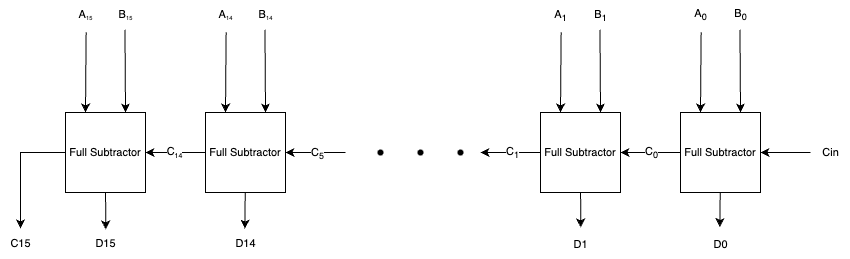
rorollman/ComputerArchitecture keeps this draw.io diagram as Project/Extra Credit/subtractorflow16b.png. Above is the earlier version. Source tidied: cells renumbered, new cells last; positions are measured from the earlier drawing's top-left corner, leaving out a move shared by most shapes.
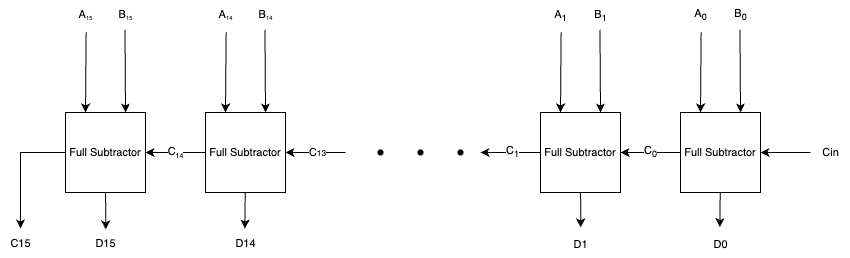
The same file after the commit.

Change to the diagram source:
```diff
@@ -92,7 +92,7 @@
         <mxPoint x="345" y="152" as="sourcePoint" />
       </mxGeometry>
     </mxCell>
-    <mxCell id="30" value="C&lt;font size=&quot;1&quot;&gt;&lt;sub&gt;5&lt;/sub&gt;&lt;/font&gt;" style="edgeLabel;html=1;align=center;verticalAlign=middle;fontSize=11;fontFamily=Helvetica;fontColor=default;" parent="29" vertex="1">
+    <mxCell id="30" value="C&lt;span style=&quot;font-size: 8.33333px;&quot;&gt;13&lt;/span&gt;" style="edgeLabel;html=1;align=center;verticalAlign=middle;fontSize=11;fontFamily=Helvetica;fontColor=default;" parent="29" vertex="1">
       <mxGeometry x="-0.07" relative="1" as="geometry" />
     </mxCell>
     <mxCell id="31" style="edgeStyle=none;shape=connector;rounded=0;jumpStyle=gap;jettySize=auto;html=1;entryX=0.505;entryY=0.033;entryDx=0;entryDy=0;entryPerimeter=0;labelBackgroundColor=default;strokeColor=default;fontFamily=Helvetica;fontSize=11;fontColor=default;endArrow=classic;endFill=1;" parent="1" edge="1" source="33" target="38">
```
